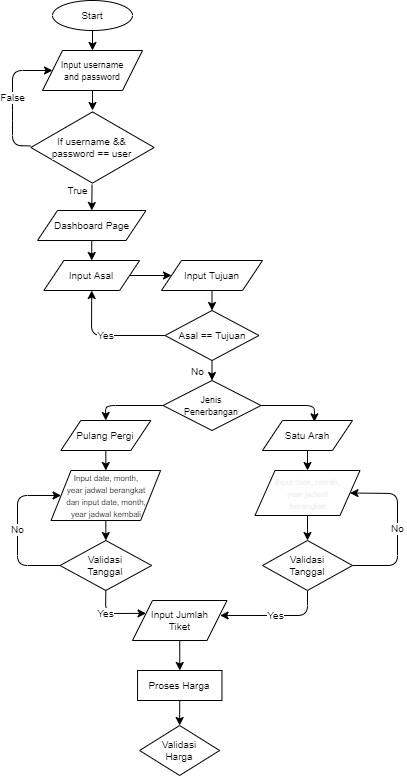
This is flowchart.drawio.png from tafanianatalia/tafania-flight-booking-app, a draw.io export, as it was before one commit. Source tidied: cells renumbered, new cells last; positions are measured from the earlier drawing's top-left corner, leaving out a move shared by most shapes.
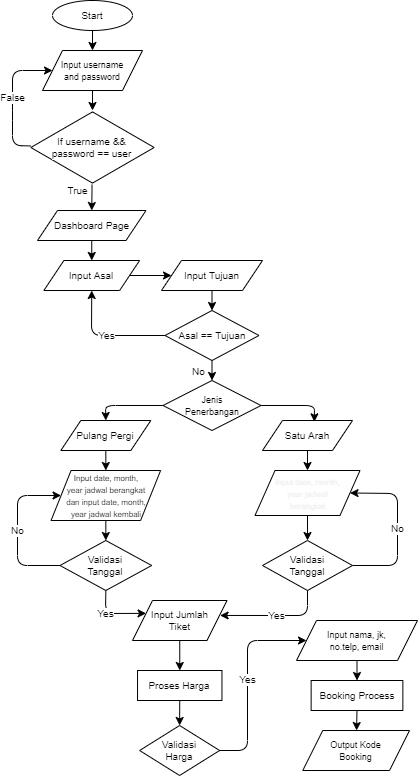
Above is the later version.

Commit message:
feet : input passenger data, print booking code

The edit, as a diff of the source:
```diff
@@ -2,9 +2,9 @@
   <root>
     <mxCell id="0" />
     <mxCell id="1" parent="0" />
-    <mxCell id="2" style="edgeStyle=none;html=1;exitX=0.5;exitY=1;exitDx=0;exitDy=0;entryX=0.5;entryY=0;entryDx=0;entryDy=0;fontSize=10;labelBackgroundColor=default;strokeColor=#000000;" parent="1" edge="1" source="3" target="5">
-      <mxGeometry relative="1" as="geometry" />
-    </mxCell>
+    <mxCell id="39" style="edgeStyle=none;html=1;exitX=0.5;exitY=1;exitDx=0;exitDy=0;entryX=0.5;entryY=0;entryDx=0;entryDy=0;fontSize=10;labelBackgroundColor=default;strokeColor=#000000;" parent="1" edge="1" source="3" target="5">
+      <mxGeometry relative="1" as="geometry" />
+    </mxCell>
     <mxCell id="3" value="Start" style="ellipse;whiteSpace=wrap;html=1;fontSize=10;labelBackgroundColor=default;" parent="1" vertex="1">
       <mxGeometry x="40" width="80" height="30" as="geometry" />
     </mxCell>
@@ -125,9 +125,9 @@
     <mxCell id="33" value="Input Jumlah&lt;br&gt;Tiket" style="shape=parallelogram;perimeter=parallelogramPerimeter;whiteSpace=wrap;html=1;fixedSize=1;fontSize=10;labelBackgroundColor=default;" parent="1" vertex="1">
       <mxGeometry x="120" y="600" width="94.5" height="40" as="geometry" />
     </mxCell>
-    <mxCell id="34" style="edgeStyle=none;html=1;exitX=0.5;exitY=1;exitDx=0;exitDy=0;entryX=0.5;entryY=0;entryDx=0;entryDy=0;fontSize=8;labelBackgroundColor=default;strokeColor=#000000;" parent="1" edge="1" source="35" target="39">
-      <mxGeometry relative="1" as="geometry" />
-    </mxCell>
+    <mxCell id="40" style="edgeStyle=none;html=1;exitX=0.5;exitY=1;exitDx=0;exitDy=0;entryX=0.5;entryY=0;entryDx=0;entryDy=0;fontSize=8;labelBackgroundColor=default;strokeColor=#000000;" parent="1" edge="1" source="35" target="42">
+      <mxGeometry relative="1" as="geometry" />
+    </mxCell>
     <mxCell id="35" value="Proses Harga" style="rounded=0;whiteSpace=wrap;html=1;fontSize=10;labelBackgroundColor=default;" parent="1" vertex="1">
       <mxGeometry x="125" y="670" width="84.4" height="30" as="geometry" />
     </mxCell>
@@ -149,8 +149,31 @@
     <mxCell id="38" value="Validasi&lt;br&gt;Tanggal" style="rhombus;whiteSpace=wrap;html=1;fontSize=10;labelBackgroundColor=default;" parent="1" vertex="1">
       <mxGeometry x="250" y="540" width="90" height="50" as="geometry" />
     </mxCell>
-    <mxCell id="39" value="Validasi&lt;br&gt;Harga" style="rhombus;whiteSpace=wrap;html=1;fontSize=10;labelBackgroundColor=default;" parent="1" vertex="1">
-      <mxGeometry x="127.1" y="725" width="80" height="50" as="geometry" />
-    </mxCell>
+    <mxCell id="41" value="Yes" style="edgeStyle=none;html=1;exitX=1;exitY=0.5;exitDx=0;exitDy=0;entryX=0;entryY=0.5;entryDx=0;entryDy=0;fontSize=10;labelBackgroundColor=#FFFFFF;strokeColor=#000000;fontColor=#000000;" parent="1" edge="1" source="42" target="44">
+      <mxGeometry relative="1" as="geometry">
+        <Array as="points">
+          <mxPoint x="235" y="750" />
+          <mxPoint x="235" y="640" />
+        </Array>
+      </mxGeometry>
+    </mxCell>
+    <mxCell id="42" value="Validasi&lt;br&gt;Harga" style="rhombus;whiteSpace=wrap;html=1;fontSize=10;labelBackgroundColor=default;" parent="1" vertex="1">
+      <mxGeometry x="127.1" y="725" width="80" height="50" as="geometry" />
+    </mxCell>
+    <mxCell id="43" style="edgeStyle=none;html=1;exitX=0.5;exitY=1;exitDx=0;exitDy=0;fontSize=9;labelBackgroundColor=default;strokeColor=#000000;" parent="1" edge="1" source="44" target="46">
+      <mxGeometry relative="1" as="geometry" />
+    </mxCell>
+    <mxCell id="44" value="&lt;font style=&quot;font-size: 9px&quot;&gt;Input nama, jk,&lt;br&gt;no.telp, email&lt;/font&gt;" style="shape=parallelogram;perimeter=parallelogramPerimeter;whiteSpace=wrap;html=1;fixedSize=1;fontSize=10;labelBackgroundColor=default;" parent="1" vertex="1">
+      <mxGeometry x="284" y="620" width="121" height="40" as="geometry" />
+    </mxCell>
+    <mxCell id="45" style="edgeStyle=none;html=1;exitX=0.5;exitY=1;exitDx=0;exitDy=0;fontSize=9;labelBackgroundColor=default;strokeColor=#000000;" parent="1" edge="1" source="46" target="47">
+      <mxGeometry relative="1" as="geometry" />
+    </mxCell>
+    <mxCell id="46" value="Booking Process" style="rounded=0;whiteSpace=wrap;html=1;fontSize=10;labelBackgroundColor=default;" parent="1" vertex="1">
+      <mxGeometry x="298.6" y="680" width="91.7" height="30" as="geometry" />
+    </mxCell>
+    <mxCell id="47" value="&lt;font style=&quot;font-size: 9px&quot;&gt;Output Kode&lt;br&gt;Booking&lt;/font&gt;" style="shape=parallelogram;perimeter=parallelogramPerimeter;whiteSpace=wrap;html=1;fixedSize=1;fontSize=10;labelBackgroundColor=default;" parent="1" vertex="1">
+      <mxGeometry x="290.3" y="730" width="106.7" height="40" as="geometry" />
+    </mxCell>
   </root>
 </mxGraphModel>
```
